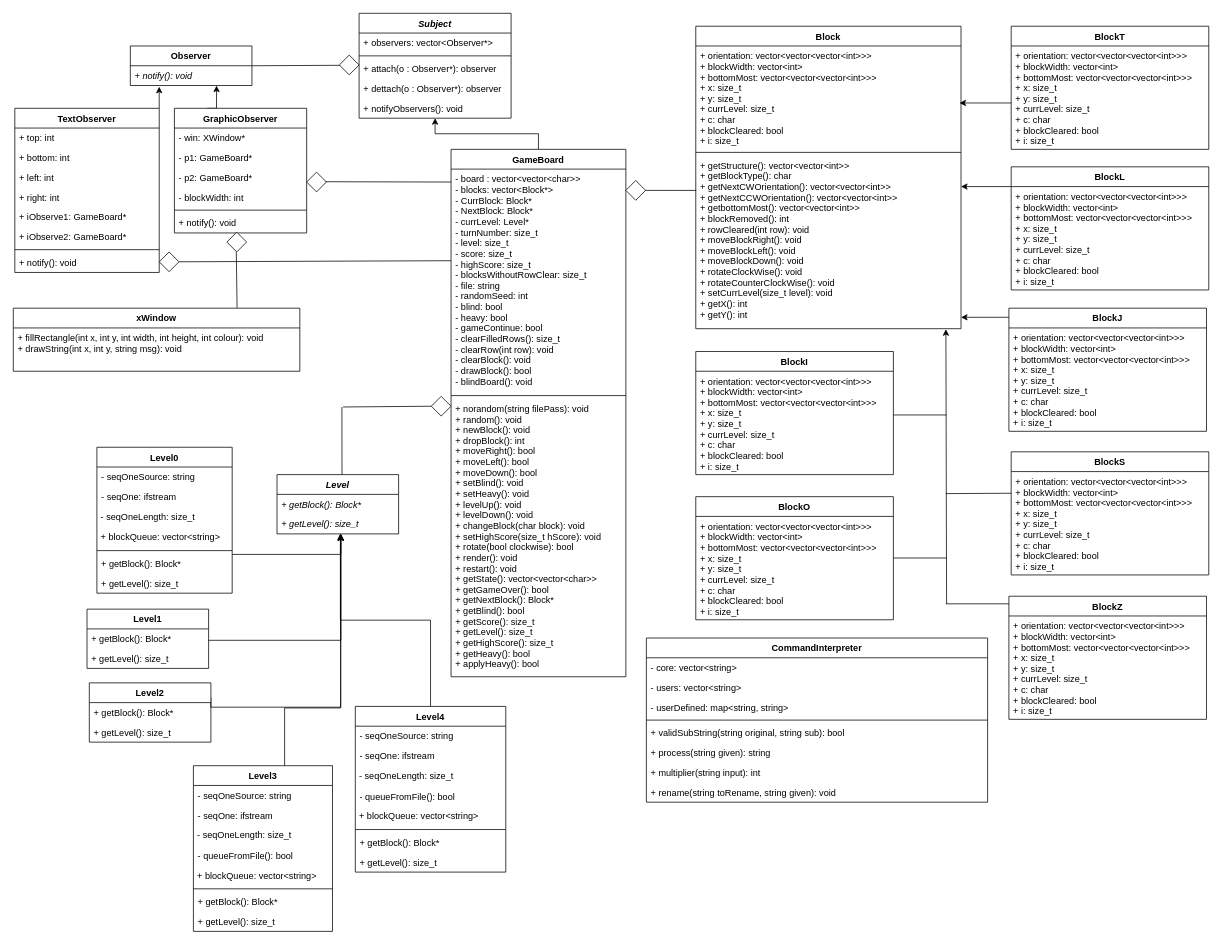
This is UML.drawio from velomafinsights/biquadris, a draw.io file, before an edit. Source tidied: cells renumbered, new cells numbered last; positions are measured from the earlier drawing's top-left corner, leaving out a move shared by most shapes. Both pictures are drawn from the tidied source at 76%, with x=0, y=0 at pixel (13, 13).
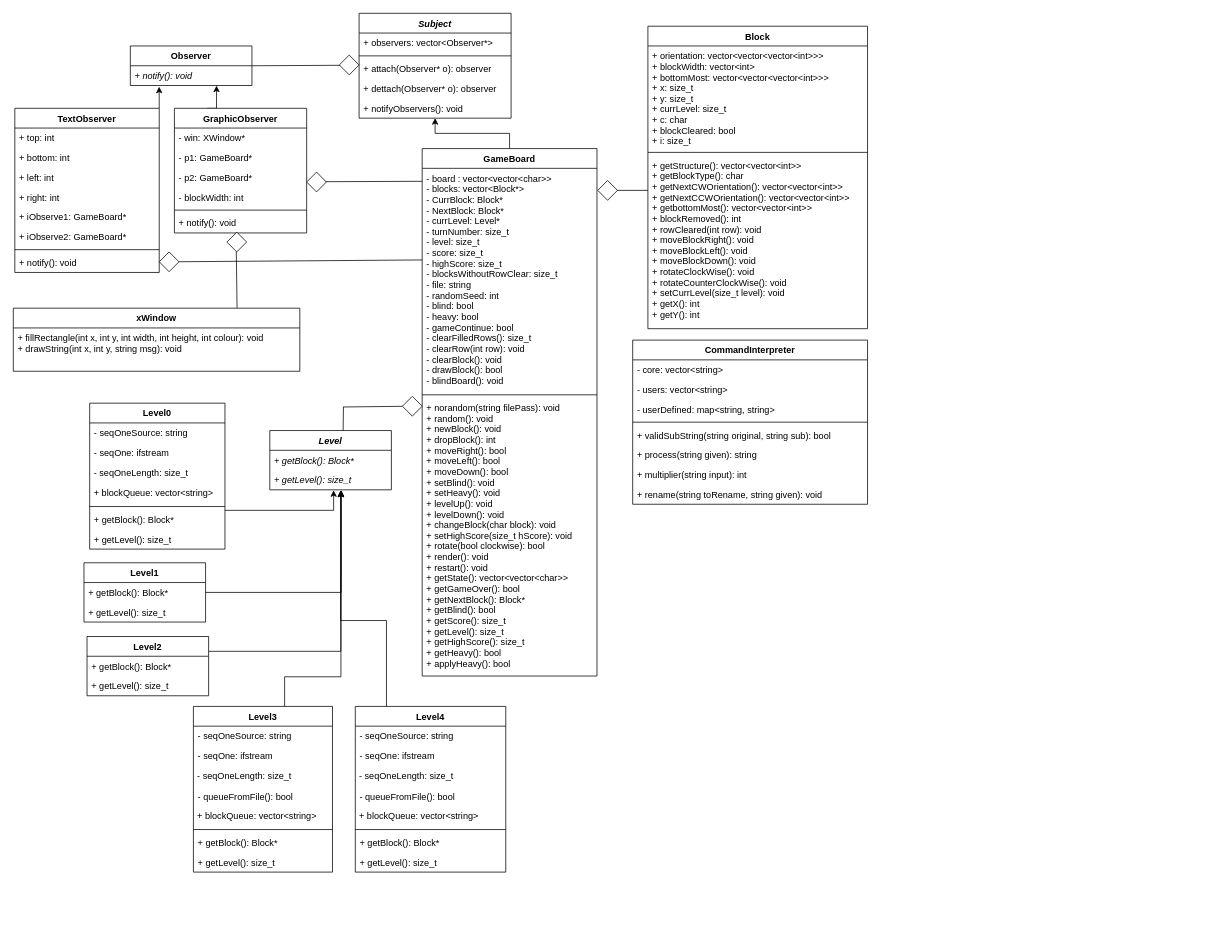
Above is the later version.

Unchanged cells that the change refers to:
```xml
<mxCell id="2" value="Subject" style="swimlane;fontStyle=3;align=center;verticalAlign=top;horizontal=1;startSize=26;" parent="1" vertex="1">
  <mxGeometry x="455" width="200" height="138" as="geometry" />
</mxCell>
<mxCell id="64" value="Level4" style="swimlane;fontStyle=1;align=center;verticalAlign=top;horizontal=1;startSize=26;" parent="1" vertex="1">
  <mxGeometry x="450" y="912" width="198" height="218" as="geometry" />
</mxCell>
<mxCell id="75" value="+ getLevel(): size_t" style="text;strokeColor=none;fillColor=none;align=left;verticalAlign=top;spacingLeft=4;spacingRight=4;overflow=hidden;points=[[0,0.5],[1,0.5]];portConstraint=eastwest;fontStyle=2;" parent="73" vertex="1">
  <mxGeometry y="52" width="160" height="26" as="geometry" />
</mxCell>
```

Diff of the diagram source:
```diff
@@
-    <mxCell id="5" value="+ attach(o : Observer*): observer" style="text;strokeColor=none;fillColor=none;align=left;verticalAlign=top;spacingLeft=4;spacingRight=4;overflow=hidden;" parent="2" vertex="1">
+    <mxCell id="5" value="+ attach(Observer* o): observer" style="text;strokeColor=none;fillColor=none;align=left;verticalAlign=top;spacingLeft=4;spacingRight=4;overflow=hidden;" parent="2" vertex="1">
       <mxGeometry y="60" width="200" height="26" as="geometry" />
     </mxCell>
-    <mxCell id="6" value="+ dettach(o : Observer*): observer" style="text;strokeColor=none;fillColor=none;align=left;verticalAlign=top;spacingLeft=4;spacingRight=4;overflow=hidden;" parent="2" vertex="1">
+    <mxCell id="6" value="+ dettach(Observer* o): observer" style="text;strokeColor=none;fillColor=none;align=left;verticalAlign=top;spacingLeft=4;spacingRight=4;overflow=hidden;" parent="2" vertex="1">
       <mxGeometry y="86" width="200" height="26" as="geometry" />
     </mxCell>
@@
     <mxCell id="27" value="GameBoard" style="swimlane;fontStyle=1;align=center;verticalAlign=top;horizontal=1;startSize=26;" parent="1" vertex="1">
-      <mxGeometry x="576" y="179" width="230" height="694" as="geometry" />
+      <mxGeometry x="538" y="178" width="230" height="694" as="geometry" />
     </mxCell>
@@
     <mxCell id="31" value="Block" style="swimlane;fontStyle=1;align=center;verticalAlign=top;horizontal=1;startSize=26;" parent="1" vertex="1">
-      <mxGeometry x="898" y="17" width="349" height="398" as="geometry" />
+      <mxGeometry x="835" y="17" width="289" height="398" as="geometry" />
     </mxCell>
     <mxCell id="32" value="+ orientation: vector&lt;vector&lt;vector&lt;int&gt;&gt;&gt;&#10;+ blockWidth: vector&lt;int&gt;&#10;+ bottomMost: vector&lt;vector&lt;vector&lt;int&gt;&gt;&gt;&#10;+ x: size_t&#10;+ y: size_t&#10;+ currLevel: size_t&#10;+ c: char&#10;+ blockCleared: bool&#10;+ i: size_t" style="text;strokeColor=none;fillColor=none;align=left;verticalAlign=top;spacingLeft=4;spacingRight=4;overflow=hidden;" parent="31" vertex="1">
-      <mxGeometry y="26" width="349" height="136" as="geometry" />
+      <mxGeometry y="26" width="289" height="136" as="geometry" />
     </mxCell>
     <mxCell id="33" style="line;strokeWidth=1;fillColor=none;align=left;verticalAlign=middle;spacingTop=-1;spacingLeft=3;spacingRight=3;labelPosition=right;strokeColor=inherit;" parent="31" vertex="1">
-      <mxGeometry y="162" width="349" height="8" as="geometry" />
+      <mxGeometry y="162" width="289" height="8" as="geometry" />
     </mxCell>
     <mxCell id="34" value="+ getStructure(): vector&lt;vector&lt;int&gt;&gt;&#10;+ getBlockType(): char&#10;+ getNextCWOrientation(): vector&lt;vector&lt;int&gt;&gt;&#10;+ getNextCCWOrientation(): vector&lt;vector&lt;int&gt;&gt;&#10;+ getbottomMost(): vector&lt;vector&lt;int&gt;&gt;&#10;+ blockRemoved(): int&#10;+ rowCleared(int row): void&#10;+ moveBlockRight(): void &#10;+ moveBlockLeft(): void &#10;+ moveBlockDown(): void &#10;+ rotateClockWise(): void&#10;+ rotateCounterClockWise(): void&#10;+ setCurrLevel(size_t level): void&#10;+ getX(): int&#10;+ getY(): int&#10;" style="text;strokeColor=none;fillColor=none;align=left;verticalAlign=top;spacingLeft=4;spacingRight=4;overflow=hidden;points=[[0,0.5],[1,0.5]];portConstraint=eastwest;fontStyle=0;" parent="31" vertex="1">
-      <mxGeometry y="170" width="349" height="228" as="geometry" />
+      <mxGeometry y="170" width="289" height="228" as="geometry" />
     </mxCell>
@@
     <mxCell id="36" style="edgeStyle=orthogonalEdgeStyle;rounded=0;jettySize=auto;html=1;entryX=0.525;entryY=1.024;entryDx=0;entryDy=0;entryPerimeter=0;" parent="1" edge="1" source="37" target="75">
       <mxGeometry relative="1" as="geometry">
         <Array as="points">
-          <mxPoint x="431" y="712" />
+          <mxPoint x="421.5" y="654" />
         </Array>
       </mxGeometry>
     </mxCell>
     <mxCell id="37" value="Level0" style="swimlane;fontStyle=1;align=center;verticalAlign=top;horizontal=1;startSize=26;" parent="1" vertex="1">
-      <mxGeometry x="110" y="571" width="178" height="192" as="geometry" />
+      <mxGeometry x="100.5" y="513" width="178" height="192" as="geometry" />
     </mxCell>
@@
-    <mxCell id="45" style="edgeStyle=orthogonalEdgeStyle;rounded=0;jettySize=auto;html=1;entryX=0.525;entryY=0.99;entryDx=0;entryDy=0;entryPerimeter=0;" parent="1" edge="1" source="46" target="75">
+    <mxCell id="45" style="edgeStyle=orthogonalEdgeStyle;rounded=0;jettySize=auto;html=1;entryX=0.587;entryY=1.011;entryDx=0;entryDy=0;entryPerimeter=0;" parent="1" edge="1" source="46" target="75">
       <mxGeometry relative="1" as="geometry">
         <Array as="points">
-          <mxPoint x="431" y="825" />
+          <mxPoint x="431" y="762" />
         </Array>
       </mxGeometry>
     </mxCell>
     <mxCell id="46" value="Level1" style="swimlane;fontStyle=1;align=center;verticalAlign=top;horizontal=1;startSize=26;" parent="1" vertex="1">
-      <mxGeometry x="97" y="784" width="160" height="78" as="geometry" />
+      <mxGeometry x="93" y="723" width="160" height="78" as="geometry" />
     </mxCell>
@@
-    <mxCell id="49" style="edgeStyle=orthogonalEdgeStyle;rounded=0;jettySize=auto;html=1;exitX=1;exitY=0.25;exitDx=0;exitDy=0;entryX=0.523;entryY=1.017;entryDx=0;entryDy=0;entryPerimeter=0;" parent="1" edge="1" source="50" target="75">
+    <mxCell id="49" style="edgeStyle=orthogonalEdgeStyle;rounded=0;jettySize=auto;html=1;exitX=1;exitY=0.25;exitDx=0;exitDy=0;" parent="1" edge="1" source="50">
       <mxGeometry relative="1" as="geometry">
+        <mxPoint x="431" y="628" as="targetPoint" />
         <Array as="points">
-          <mxPoint x="431" y="913" />
+          <mxPoint x="431" y="840" />
         </Array>
       </mxGeometry>
     </mxCell>
     <mxCell id="50" value="Level2" style="swimlane;fontStyle=1;align=center;verticalAlign=top;horizontal=1;startSize=26;" parent="1" vertex="1">
-      <mxGeometry x="100" y="881" width="160" height="78" as="geometry" />
+      <mxGeometry x="97" y="820" width="160" height="78" as="geometry" />
     </mxCell>
@@
-    <mxCell id="53" style="edgeStyle=orthogonalEdgeStyle;rounded=0;jettySize=auto;html=1;entryX=0.524;entryY=1.01;entryDx=0;entryDy=0;entryPerimeter=0;" parent="1" edge="1" source="54" target="75">
+    <mxCell id="53" style="edgeStyle=orthogonalEdgeStyle;rounded=0;jettySize=auto;html=1;entryX=0.585;entryY=1.047;entryDx=0;entryDy=0;entryPerimeter=0;" parent="1" edge="1" source="54" target="75">
       <mxGeometry relative="1" as="geometry">
         <Array as="points">
-          <mxPoint x="357" y="914" />
-          <mxPoint x="431" y="914" />
+          <mxPoint x="357" y="873" />
+          <mxPoint x="431" y="873" />
         </Array>
       </mxGeometry>
     </mxCell>
     <mxCell id="54" value="Level3" style="swimlane;fontStyle=1;align=center;verticalAlign=top;horizontal=1;startSize=26;" parent="1" vertex="1">
-      <mxGeometry x="237" y="990" width="183" height="218" as="geometry" />
+      <mxGeometry x="237" y="912" width="183" height="218" as="geometry" />
     </mxCell>
@@
-    <mxCell id="63" style="edgeStyle=orthogonalEdgeStyle;rounded=0;jettySize=auto;html=1;entryX=0.521;entryY=0.982;entryDx=0;entryDy=0;entryPerimeter=0;" parent="1" edge="1" source="64" target="75">
-      <mxGeometry relative="1" as="geometry" />
+    <mxCell id="63" style="edgeStyle=orthogonalEdgeStyle;rounded=0;jettySize=auto;html=1;entryX=0.583;entryY=1.025;entryDx=0;entryDy=0;entryPerimeter=0;" parent="1" edge="1" source="64" target="75">
+      <mxGeometry relative="1" as="geometry">
+        <Array as="points">
+          <mxPoint x="491" y="799" />
+          <mxPoint x="431" y="799" />
+        </Array>
+      </mxGeometry>
     </mxCell>
@@
     <mxCell id="73" value="Level" style="swimlane;fontStyle=3;align=center;verticalAlign=top;horizontal=1;startSize=26;" parent="1" vertex="1">
-      <mxGeometry x="347" y="607" width="160" height="78" as="geometry" />
+      <mxGeometry x="337.5" y="549" width="160" height="78" as="geometry" />
     </mxCell>
@@
-    <mxCell id="76" value="BlockI" style="swimlane;fontStyle=1;align=center;verticalAlign=top;horizontal=1;startSize=26;" parent="1" vertex="1">
-      <mxGeometry x="898" y="445" width="260" height="162" as="geometry" />
-    </mxCell>
-    <mxCell id="77" value="+ orientation: vector&lt;vector&lt;vector&lt;int&gt;&gt;&gt;&#10;+ blockWidth: vector&lt;int&gt;&#10;+ bottomMost: vector&lt;vector&lt;vector&lt;int&gt;&gt;&gt;&#10;+ x: size_t&#10;+ y: size_t&#10;+ currLevel: size_t&#10;+ c: char&#10;+ blockCleared: bool&#10;+ i: size_t" style="text;strokeColor=none;fillColor=none;align=left;verticalAlign=top;spacingLeft=4;spacingRight=4;overflow=hidden;" parent="76" vertex="1">
-      <mxGeometry y="26" width="260" height="136" as="geometry" />
-    </mxCell>
     <mxCell id="78" style="endArrow=none;html=1;rounded=0;" parent="1" edge="1">
       <mxGeometry relative="1" as="geometry">
-        <mxPoint x="1051" y="325" as="sourcePoint" />
-        <mxPoint x="1050.2" y="324.9" as="targetPoint" />
+        <mxPoint x="1014" y="325" as="sourcePoint" />
+        <mxPoint x="1013.2" y="324.9" as="targetPoint" />
       </mxGeometry>
     </mxCell>
@@
-    <mxCell id="90" style="rhombus;whiteSpace=wrap;html=1;" parent="1" vertex="1">
-      <mxGeometry x="550" y="504" width="26" height="26" as="geometry" />
-    </mxCell>
     <mxCell id="91" style="endArrow=none;html=1;rounded=0;startArrow=none;" parent="1" edge="1">
       <mxGeometry relative="1" as="geometry">
-        <mxPoint x="432.4" y="518" as="sourcePoint" />
-        <mxPoint x="432.5" y="607" as="targetPoint" />
+        <mxPoint x="434.4" y="518" as="sourcePoint" />
+        <mxPoint x="434" y="549" as="targetPoint" />
       </mxGeometry>
     </mxCell>
-    <mxCell id="92" style="endArrow=none;html=1;rounded=0;startArrow=none;exitX=0;exitY=0.5;exitDx=0;exitDy=0;" parent="1" edge="1" source="90">
+    <mxCell id="92" style="endArrow=none;html=1;rounded=0;startArrow=none;" parent="1" edge="1" source="90">
       <mxGeometry relative="1" as="geometry">
         <mxPoint x="434" y="518" as="targetPoint" />
       </mxGeometry>
     </mxCell>
-    <mxCell id="93" style="endArrow=none;html=1;rounded=0;entryX=0.002;entryY=0.202;entryDx=0;entryDy=0;entryPerimeter=0;" parent="1" edge="1" target="34">
+    <mxCell id="93" style="endArrow=none;html=1;rounded=0;" parent="1" edge="1">
       <mxGeometry relative="1" as="geometry">
-        <mxPoint x="827" y="233" as="sourcePoint" />
+        <mxPoint x="790" y="233" as="sourcePoint" />
+        <mxPoint x="835" y="233" as="targetPoint" />
       </mxGeometry>
     </mxCell>
     <mxCell id="94" style="rhombus;whiteSpace=wrap;html=1;" parent="1" vertex="1">
-      <mxGeometry x="806" y="220" width="26" height="26" as="geometry" />
+      <mxGeometry x="769" y="220" width="26" height="26" as="geometry" />
     </mxCell>
-    <mxCell id="95" value="BlockO" style="swimlane;fontStyle=1;align=center;verticalAlign=top;horizontal=1;startSize=26;" parent="1" vertex="1">
-      <mxGeometry x="898" y="636" width="260" height="162" as="geometry" />
-    </mxCell>
-    <mxCell id="96" value="+ orientation: vector&lt;vector&lt;vector&lt;int&gt;&gt;&gt;&#10;+ blockWidth: vector&lt;int&gt;&#10;+ bottomMost: vector&lt;vector&lt;vector&lt;int&gt;&gt;&gt;&#10;+ x: size_t&#10;+ y: size_t&#10;+ currLevel: size_t&#10;+ c: char&#10;+ blockCleared: bool&#10;+ i: size_t" style="text;strokeColor=none;fillColor=none;align=left;verticalAlign=top;spacingLeft=4;spacingRight=4;overflow=hidden;" parent="95" vertex="1">
-      <mxGeometry y="26" width="260" height="136" as="geometry" />
-    </mxCell>
-    <mxCell id="97" value="BlockZ" style="swimlane;fontStyle=1;align=center;verticalAlign=top;horizontal=1;startSize=26;" parent="1" vertex="1">
-      <mxGeometry x="1310" y="767" width="260" height="162" as="geometry" />
-    </mxCell>
-    <mxCell id="98" value="+ orientation: vector&lt;vector&lt;vector&lt;int&gt;&gt;&gt;&#10;+ blockWidth: vector&lt;int&gt;&#10;+ bottomMost: vector&lt;vector&lt;vector&lt;int&gt;&gt;&gt;&#10;+ x: size_t&#10;+ y: size_t&#10;+ currLevel: size_t&#10;+ c: char&#10;+ blockCleared: bool&#10;+ i: size_t" style="text;strokeColor=none;fillColor=none;align=left;verticalAlign=top;spacingLeft=4;spacingRight=4;overflow=hidden;" parent="97" vertex="1">
-      <mxGeometry y="26" width="260" height="136" as="geometry" />
-    </mxCell>
-    <mxCell id="99" value="BlockS" style="swimlane;fontStyle=1;align=center;verticalAlign=top;horizontal=1;startSize=26;" parent="1" vertex="1">
-      <mxGeometry x="1313" y="577" width="260" height="162" as="geometry" />
-    </mxCell>
-    <mxCell id="100" value="+ orientation: vector&lt;vector&lt;vector&lt;int&gt;&gt;&gt;&#10;+ blockWidth: vector&lt;int&gt;&#10;+ bottomMost: vector&lt;vector&lt;vector&lt;int&gt;&gt;&gt;&#10;+ x: size_t&#10;+ y: size_t&#10;+ currLevel: size_t&#10;+ c: char&#10;+ blockCleared: bool&#10;+ i: size_t" style="text;strokeColor=none;fillColor=none;align=left;verticalAlign=top;spacingLeft=4;spacingRight=4;overflow=hidden;" parent="99" vertex="1">
-      <mxGeometry y="26" width="260" height="136" as="geometry" />
-    </mxCell>
-    <mxCell id="101" value="BlockJ" style="swimlane;fontStyle=1;align=center;verticalAlign=top;horizontal=1;startSize=26;" parent="1" vertex="1">
-      <mxGeometry x="1310" y="388" width="260" height="162" as="geometry" />
-    </mxCell>
-    <mxCell id="102" value="+ orientation: vector&lt;vector&lt;vector&lt;int&gt;&gt;&gt;&#10;+ blockWidth: vector&lt;int&gt;&#10;+ bottomMost: vector&lt;vector&lt;vector&lt;int&gt;&gt;&gt;&#10;+ x: size_t&#10;+ y: size_t&#10;+ currLevel: size_t&#10;+ c: char&#10;+ blockCleared: bool&#10;+ i: size_t" style="text;strokeColor=none;fillColor=none;align=left;verticalAlign=top;spacingLeft=4;spacingRight=4;overflow=hidden;" parent="101" vertex="1">
-      <mxGeometry y="26" width="260" height="136" as="geometry" />
-    </mxCell>
-    <mxCell id="103" value="BlockL" style="swimlane;fontStyle=1;align=center;verticalAlign=top;horizontal=1;startSize=26;" parent="1" vertex="1">
-      <mxGeometry x="1313" y="202" width="260" height="162" as="geometry" />
-    </mxCell>
-    <mxCell id="104" value="+ orientation: vector&lt;vector&lt;vector&lt;int&gt;&gt;&gt;&#10;+ blockWidth: vector&lt;int&gt;&#10;+ bottomMost: vector&lt;vector&lt;vector&lt;int&gt;&gt;&gt;&#10;+ x: size_t&#10;+ y: size_t&#10;+ currLevel: size_t&#10;+ c: char&#10;+ blockCleared: bool&#10;+ i: size_t" style="text;strokeColor=none;fillColor=none;align=left;verticalAlign=top;spacingLeft=4;spacingRight=4;overflow=hidden;" parent="103" vertex="1">
-      <mxGeometry y="26" width="260" height="136" as="geometry" />
-    </mxCell>
-    <mxCell id="105" value="BlockT" style="swimlane;fontStyle=1;align=center;verticalAlign=top;horizontal=1;startSize=26;" parent="1" vertex="1">
-      <mxGeometry x="1313" y="17" width="260" height="162" as="geometry" />
-    </mxCell>
-    <mxCell id="106" value="+ orientation: vector&lt;vector&lt;vector&lt;int&gt;&gt;&gt;&#10;+ blockWidth: vector&lt;int&gt;&#10;+ bottomMost: vector&lt;vector&lt;vector&lt;int&gt;&gt;&gt;&#10;+ x: size_t&#10;+ y: size_t&#10;+ currLevel: size_t&#10;+ c: char&#10;+ blockCleared: bool&#10;+ i: size_t" style="text;strokeColor=none;fillColor=none;align=left;verticalAlign=top;spacingLeft=4;spacingRight=4;overflow=hidden;" parent="105" vertex="1">
-      <mxGeometry y="26" width="260" height="136" as="geometry" />
-    </mxCell>
-    <mxCell id="107" style="endArrow=classic;html=1;rounded=0;" parent="1" edge="1">
-      <mxGeometry relative="1" as="geometry">
-        <mxPoint x="1313" y="118" as="sourcePoint" />
-        <mxPoint x="1245" y="118" as="targetPoint" />
-      </mxGeometry>
-    </mxCell>
-    <mxCell id="108" style="endArrow=classic;html=1;rounded=0;" parent="1" edge="1">
-      <mxGeometry relative="1" as="geometry">
-        <mxPoint x="1313" y="228" as="sourcePoint" />
-        <mxPoint x="1247" y="228" as="targetPoint" />
-      </mxGeometry>
-    </mxCell>
-    <mxCell id="109" style="endArrow=classic;html=1;rounded=0;exitX=0;exitY=0.074;exitDx=0;exitDy=0;exitPerimeter=0;" parent="1" edge="1" source="101">
-      <mxGeometry relative="1" as="geometry">
-        <mxPoint x="1247" y="400" as="targetPoint" />
-      </mxGeometry>
-    </mxCell>
-    <mxCell id="110" style="endArrow=none;html=1;rounded=0;entryX=0;entryY=0.004;entryDx=0;entryDy=0;entryPerimeter=0;" parent="1" edge="1">
-      <mxGeometry relative="1" as="geometry">
-        <mxPoint x="1227" y="632" as="sourcePoint" />
-        <mxPoint x="1313" y="631.5" as="targetPoint" />
-      </mxGeometry>
-    </mxCell>
-    <mxCell id="111" style="endArrow=classic;html=1;rounded=0;entryX=0.943;entryY=1.003;entryDx=0;entryDy=0;entryPerimeter=0;" parent="1" edge="1" target="34">
-      <mxGeometry relative="1" as="geometry">
-        <mxPoint x="1228" y="777" as="sourcePoint" />
-      </mxGeometry>
-    </mxCell>
-    <mxCell id="112" style="endArrow=none;html=1;rounded=0;entryX=0;entryY=0.004;entryDx=0;entryDy=0;entryPerimeter=0;" parent="1" edge="1">
-      <mxGeometry relative="1" as="geometry">
-        <mxPoint x="1227" y="777" as="sourcePoint" />
-        <mxPoint x="1310" y="777" as="targetPoint" />
-      </mxGeometry>
-    </mxCell>
-    <mxCell id="113" style="endArrow=none;html=1;rounded=0;" parent="1" edge="1">
-      <mxGeometry relative="1" as="geometry">
-        <mxPoint x="1158" y="716.7" as="sourcePoint" />
-        <mxPoint x="1228" y="716.7" as="targetPoint" />
-      </mxGeometry>
-    </mxCell>
-    <mxCell id="114" style="endArrow=none;html=1;rounded=0;" parent="1" edge="1">
-      <mxGeometry relative="1" as="geometry">
-        <mxPoint x="1158" y="528.5" as="sourcePoint" />
-        <mxPoint x="1228" y="528.5" as="targetPoint" />
-      </mxGeometry>
-    </mxCell>
     <mxCell id="115" value="CommandInterpreter" style="swimlane;fontStyle=1;align=center;verticalAlign=top;horizontal=1;startSize=26;" parent="1" vertex="1">
-      <mxGeometry x="833" y="822" width="449" height="216" as="geometry" />
+      <mxGeometry x="815" y="430" width="309" height="216" as="geometry" />
     </mxCell>
     <mxCell id="116" value="- core: vector&lt;string&gt;" style="text;strokeColor=none;fillColor=none;align=left;verticalAlign=top;spacingLeft=4;spacingRight=4;overflow=hidden;" parent="115" vertex="1">
-      <mxGeometry y="26" width="449" height="26" as="geometry" />
+      <mxGeometry y="26" width="309" height="26" as="geometry" />
     </mxCell>
     <mxCell id="117" value="- users: vector&lt;string&gt;" style="text;strokeColor=none;fillColor=none;align=left;verticalAlign=top;spacingLeft=4;spacingRight=4;overflow=hidden;" parent="115" vertex="1">
-      <mxGeometry y="52" width="449" height="26" as="geometry" />
+      <mxGeometry y="52" width="309" height="26" as="geometry" />
     </mxCell>
     <mxCell id="118" value="- userDefined: map&lt;string, string&gt;" style="text;strokeColor=none;fillColor=none;align=left;verticalAlign=top;spacingLeft=4;spacingRight=4;overflow=hidden;" parent="115" vertex="1">
-      <mxGeometry y="78" width="449" height="26" as="geometry" />
+      <mxGeometry y="78" width="309" height="26" as="geometry" />
     </mxCell>
     <mxCell id="119" style="line;strokeWidth=1;fillColor=none;align=left;verticalAlign=middle;spacingTop=-1;spacingLeft=3;spacingRight=3;labelPosition=right;strokeColor=inherit;" parent="115" vertex="1">
-      <mxGeometry y="104" width="449" height="8" as="geometry" />
+      <mxGeometry y="104" width="309" height="8" as="geometry" />
     </mxCell>
     <mxCell id="120" value="+ validSubString(string original, string sub): bool" style="text;strokeColor=none;fillColor=none;align=left;verticalAlign=top;spacingLeft=4;spacingRight=4;overflow=hidden;" parent="115" vertex="1">
-      <mxGeometry y="112" width="449" height="26" as="geometry" />
+      <mxGeometry y="112" width="309" height="26" as="geometry" />
     </mxCell>
     <mxCell id="121" value="+ process(string given): string" style="text;strokeColor=none;fillColor=none;align=left;verticalAlign=top;spacingLeft=4;spacingRight=4;overflow=hidden;" parent="115" vertex="1">
-      <mxGeometry y="138" width="449" height="26" as="geometry" />
+      <mxGeometry y="138" width="309" height="26" as="geometry" />
     </mxCell>
     <mxCell id="122" value="+ multiplier(string input): int" style="text;strokeColor=none;fillColor=none;align=left;verticalAlign=top;spacingLeft=4;spacingRight=4;overflow=hidden;" parent="115" vertex="1">
-      <mxGeometry y="164" width="449" height="26" as="geometry" />
+      <mxGeometry y="164" width="309" height="26" as="geometry" />
     </mxCell>
     <mxCell id="123" value="+ rename(string toRename, string given): void" style="text;strokeColor=none;fillColor=none;align=left;verticalAlign=top;spacingLeft=4;spacingRight=4;overflow=hidden;" parent="115" vertex="1">
-      <mxGeometry y="190" width="449" height="26" as="geometry" />
+      <mxGeometry y="190" width="309" height="26" as="geometry" />
     </mxCell>
+    <mxCell id="124" style="endArrow=none;html=1;rounded=0;startArrow=none;" parent="1" edge="1" target="90">
+      <mxGeometry relative="1" as="geometry">
+        <mxPoint x="532" y="518" as="sourcePoint" />
+      </mxGeometry>
+    </mxCell>
+    <mxCell id="90" style="rhombus;whiteSpace=wrap;html=1;" parent="1" vertex="1">
+      <mxGeometry x="512" y="504" width="26" height="26" as="geometry" />
+    </mxCell>
```
